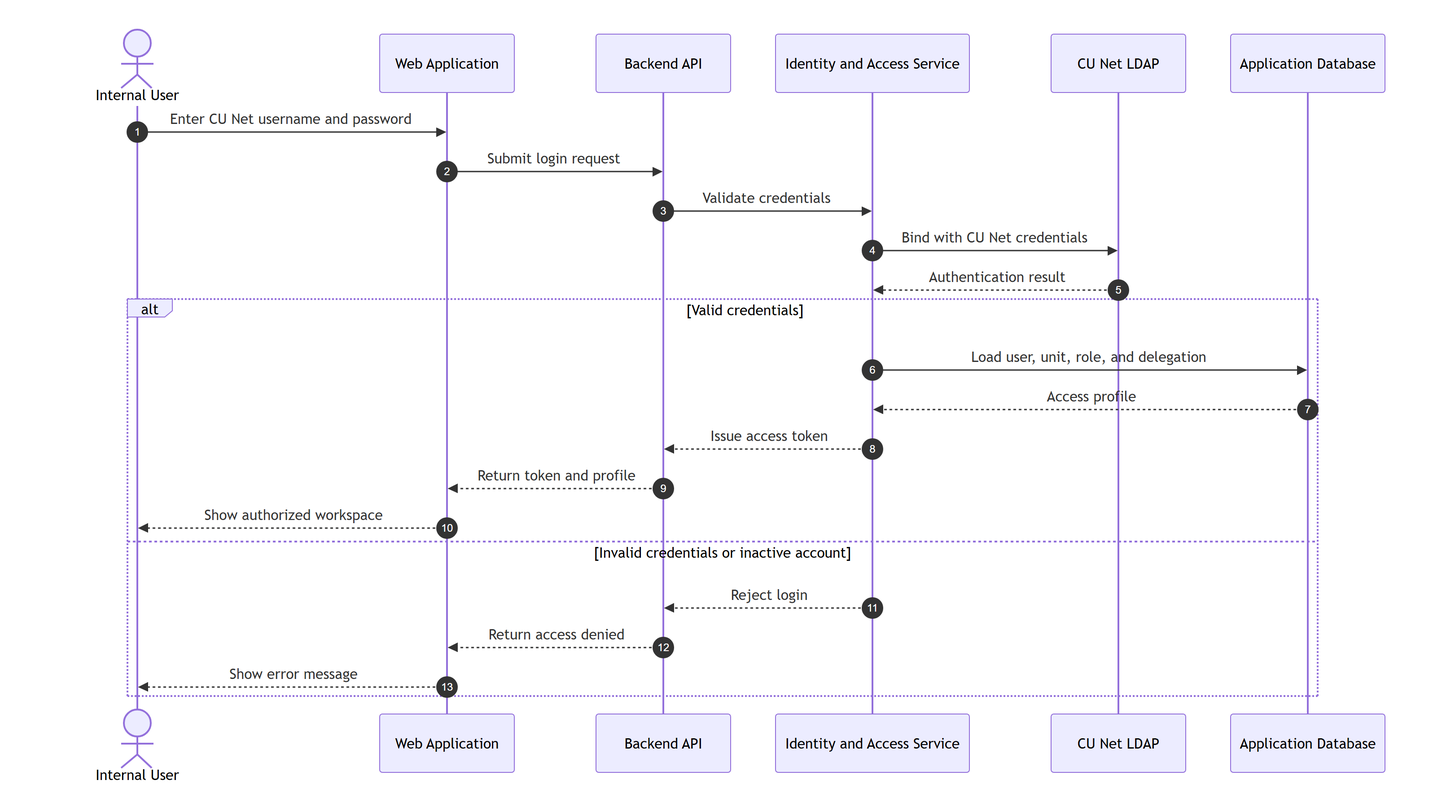
capmoo-capstone/report keeps this Mermaid diagram as report-diagrams/07-login-sequence.png. Above is the earlier version. Its source is kept beside it as report-diagrams/07-login-sequence.mmd.
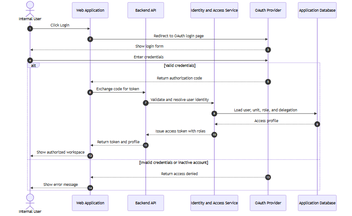
The same file after the commit.

Change to the diagram source:
```diff
@@ -4,22 +4,23 @@
     participant Web as Web Application
     participant API as Backend API
     participant Auth as Identity and Access Service
-    participant LDAP as CU Net LDAP
+    participant OAuth as OAuth Provider
     participant DB as Application Database
 
-    User->>Web: Enter CU Net username and password
-    Web->>API: Submit login request
-    API->>Auth: Validate credentials
-    Auth->>LDAP: Bind with CU Net credentials
-    LDAP-->>Auth: Authentication result
+    User->>Web: Click Login
+    Web->>OAuth: Redirect to OAuth login page
+    OAuth-->>User: Show login form
+    User->>OAuth: Enter credentials
     alt Valid credentials
+        OAuth-->>Web: Return authorization code
+        Web->>API: Exchange code for token
+        API->>Auth: Validate and resolve user identity
         Auth->>DB: Load user, unit, role, and delegation
         DB-->>Auth: Access profile
-        Auth-->>API: Issue access token
+        Auth-->>API: Issue access token with roles
         API-->>Web: Return token and profile
         Web-->>User: Show authorized workspace
     else Invalid credentials or inactive account
-        Auth-->>API: Reject login
-        API-->>Web: Return access denied
+        OAuth-->>Web: Return access denied
         Web-->>User: Show error message
     end
```
